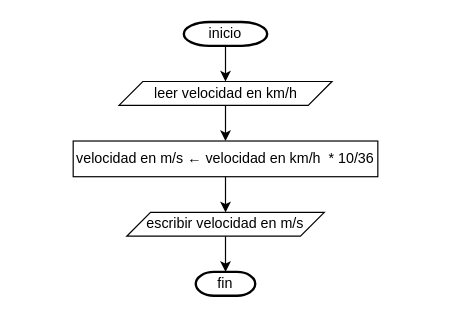
This is Untitled Diagram.drawio from ShanderGonzalez/Diagrama-de-flujo, a draw.io file, before an edit. Source tidied: cells renumbered, new cells numbered last; positions are measured from the earlier drawing's top-left corner, leaving out a move shared by most shapes. Both pictures are drawn from the tidied source at 119%, with x=0, y=0 at pixel (73, 21).
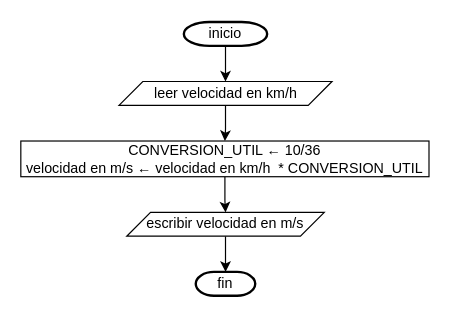
After the change.

What changed in the source:
```diff
@@
 <mxGraphModel>
   <root>
     <mxCell id="0" />
     <mxCell id="1" parent="0" />
     <mxCell id="2" style="edgeStyle=orthogonalEdgeStyle;rounded=0;jettySize=auto;html=1;" parent="1" edge="1" source="3" target="5">
       <mxGeometry relative="1" as="geometry" />
     </mxCell>
     <mxCell id="3" value="inicio" style="strokeWidth=2;html=1;shape=mxgraph.flowchart.terminator;whiteSpace=wrap;" parent="1" vertex="1">
       <mxGeometry x="93" width="70" height="20" as="geometry" />
     </mxCell>
     <mxCell id="4" style="edgeStyle=orthogonalEdgeStyle;rounded=0;jettySize=auto;html=1;" parent="1" edge="1" source="5" target="7">
       <mxGeometry relative="1" as="geometry" />
     </mxCell>
     <mxCell id="5" value="leer velocidad en km/h" style="shape=parallelogram;perimeter=parallelogramPerimeter;whiteSpace=wrap;html=1;fixedSize=1;" parent="1" vertex="1">
       <mxGeometry x="38.5" y="50" width="179" height="20" as="geometry" />
     </mxCell>
     <mxCell id="6" style="edgeStyle=orthogonalEdgeStyle;rounded=0;jettySize=auto;html=1;" parent="1" edge="1" source="7" target="9">
       <mxGeometry relative="1" as="geometry" />
     </mxCell>
-    <mxCell id="7" value="velocidad en m/s ← velocidad en km/h&amp;nbsp; * 10/36" style="rounded=0;whiteSpace=wrap;html=1;" parent="1" vertex="1">
-      <mxGeometry y="100" width="256" height="30" as="geometry" />
+    <mxCell id="7" value="CONVERSION_UTIL ← 10/36&lt;br&gt;velocidad en m/s ← velocidad en km/h&amp;nbsp; * CONVERSION_UTIL" style="rounded=0;whiteSpace=wrap;html=1;" parent="1" vertex="1">
+      <mxGeometry x="-44" y="100" width="343" height="30" as="geometry" />
     </mxCell>
     <mxCell id="8" style="edgeStyle=orthogonalEdgeStyle;rounded=0;jettySize=auto;html=1;" parent="1" edge="1" source="9" target="10">
       <mxGeometry relative="1" as="geometry" />
     </mxCell>
     <mxCell id="9" value="escribir velocidad en m/s" style="shape=parallelogram;perimeter=parallelogramPerimeter;whiteSpace=wrap;html=1;fixedSize=1;" parent="1" vertex="1">
       <mxGeometry x="45" y="160" width="166" height="20" as="geometry" />
     </mxCell>
     <mxCell id="10" value="fin" style="strokeWidth=2;html=1;shape=mxgraph.flowchart.terminator;whiteSpace=wrap;" parent="1" vertex="1">
       <mxGeometry x="103" y="210" width="50" height="20" as="geometry" />
     </mxCell>
   </root>
 </mxGraphModel>
```
